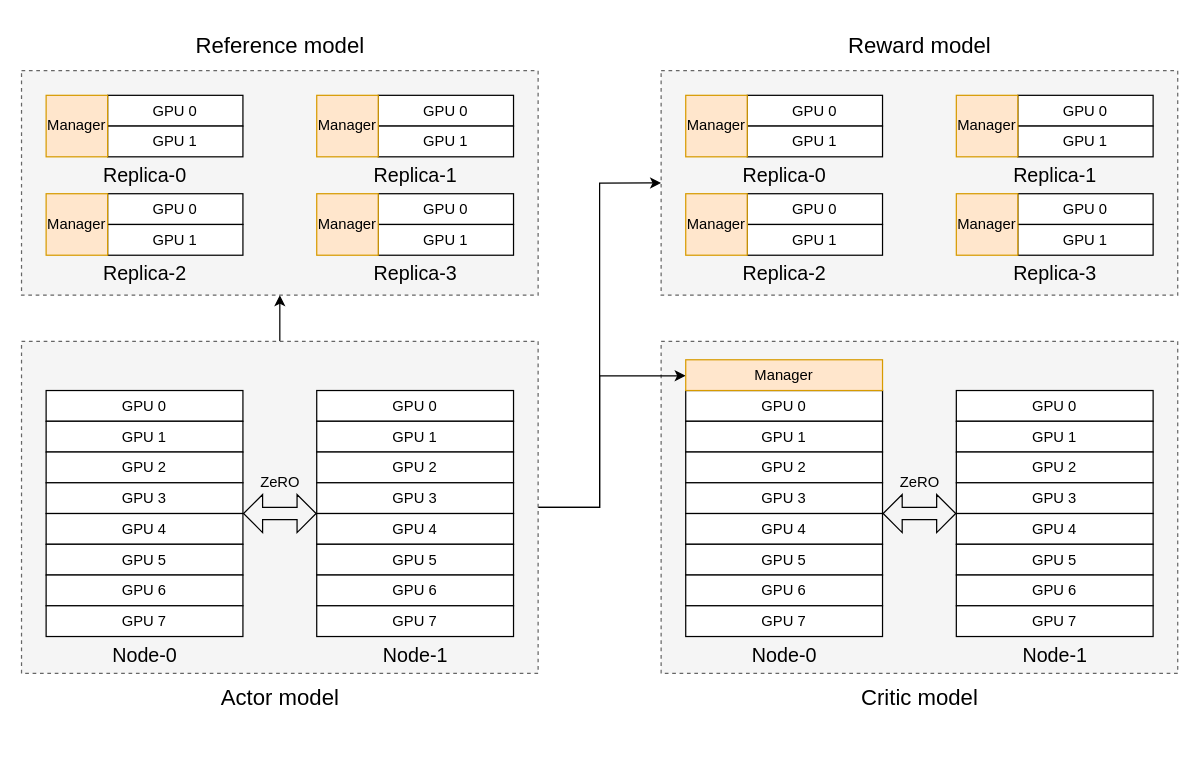
This is RLHF-DP.drawio from wuxibin89/drawio, a draw.io file, before an edit. Source tidied: cells renumbered, new cells numbered last; positions are measured from the earlier drawing's top-left corner, leaving out a move shared by most shapes. Both pictures are drawn from the tidied source at 123%, with x=0, y=0 at pixel (21, 21).
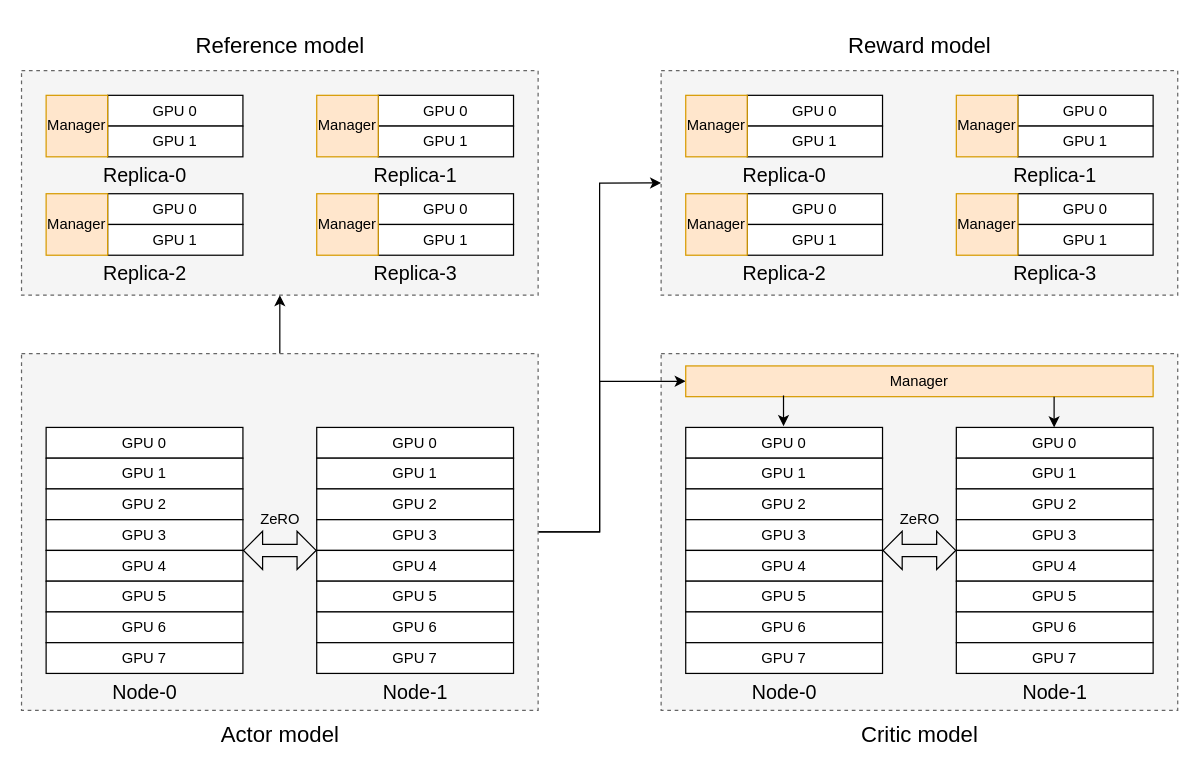
The same diagram, later.

The change refers to these unchanged cells:
```xml
<mxCell id="23" value="GPU 4" style="rounded=0;whiteSpace=wrap;html=1;" parent="18" vertex="1">
  <mxGeometry y="100" width="160" height="25" as="geometry" />
</mxCell>
<mxCell id="50" value="GPU 4" style="rounded=0;whiteSpace=wrap;html=1;" parent="45" vertex="1">
  <mxGeometry y="100" width="160" height="25" as="geometry" />
</mxCell>
```

Change to the diagram source:
```diff
@@
     <mxCell id="4" style="rounded=0;whiteSpace=wrap;html=1;fillColor=#f5f5f5;dashed=1;fontColor=#333333;strokeColor=#666666;" parent="1" vertex="1">
-      <mxGeometry x="520" y="260" width="420" height="270" as="geometry" />
+      <mxGeometry x="520" y="270" width="420" height="290" as="geometry" />
     </mxCell>
-    <mxCell id="5" style="edgeStyle=orthogonalEdgeStyle;rounded=0;jettySize=auto;html=1;exitX=1;exitY=0.5;exitDx=0;exitDy=0;" parent="1" edge="1" source="8" target="89">
-      <mxGeometry relative="1" as="geometry">
-        <Array as="points">
-          <mxPoint x="470" y="395" />
-          <mxPoint x="470" y="288" />
-        </Array>
-      </mxGeometry>
-    </mxCell>
@@
+    <mxCell id="5" style="edgeStyle=orthogonalEdgeStyle;rounded=0;jettySize=auto;html=1;exitX=1;exitY=0.5;exitDx=0;exitDy=0;entryX=0;entryY=0.5;entryDx=0;entryDy=0;" parent="1" edge="1" source="8" target="89">
+      <mxGeometry relative="1" as="geometry">
+        <Array as="points">
+          <mxPoint x="470" y="415" />
+          <mxPoint x="470" y="293" />
+        </Array>
+      </mxGeometry>
+    </mxCell>
     <mxCell id="8" style="rounded=0;whiteSpace=wrap;html=1;fillColor=#f5f5f5;dashed=1;fontColor=#333333;strokeColor=#666666;" parent="1" vertex="1">
-      <mxGeometry y="260" width="420" height="270" as="geometry" />
+      <mxGeometry y="270" width="420" height="290" as="geometry" />
     </mxCell>
     <mxCell id="9" style="group;" parent="1" vertex="1">
-      <mxGeometry x="20" y="300" width="160" height="200" as="geometry" />
+      <mxGeometry x="20" y="330" width="160" height="200" as="geometry" />
     </mxCell>
@@
     <mxCell id="18" style="group;" parent="1" vertex="1">
-      <mxGeometry x="240" y="300" width="160" height="200" as="geometry" />
+      <mxGeometry x="240" y="330" width="160" height="200" as="geometry" />
     </mxCell>
@@
     <mxCell id="27" value="Node-0" style="text;html=1;align=center;verticalAlign=middle;strokeColor=none;fillColor=none;fontSize=16;" parent="1" vertex="1">
-      <mxGeometry x="60" y="500" width="80" height="30" as="geometry" />
+      <mxGeometry x="60" y="530" width="80" height="30" as="geometry" />
     </mxCell>
     <mxCell id="28" value="Node-1" style="text;html=1;align=center;verticalAlign=middle;strokeColor=none;fillColor=none;fontSize=16;" parent="1" vertex="1">
-      <mxGeometry x="280" y="500" width="80" height="30" as="geometry" />
+      <mxGeometry x="280" y="530" width="80" height="30" as="geometry" />
     </mxCell>
     <mxCell id="29" style="shape=flexArrow;endArrow=classic;startArrow=classic;html=1;rounded=0;exitX=0;exitY=0;exitDx=0;exitDy=0;width=10;endSize=4.83;startSize=4.83;" parent="1" edge="1" source="23">
       <mxGeometry relative="1" as="geometry">
-        <mxPoint x="180" y="400" as="targetPoint" />
+        <mxPoint x="180" y="430" as="targetPoint" />
       </mxGeometry>
     </mxCell>
     <mxCell id="30" value="ZeRO" style="text;html=1;align=center;verticalAlign=middle;strokeColor=none;fillColor=none;" parent="1" vertex="1">
-      <mxGeometry x="180" y="360" width="60" height="30" as="geometry" />
+      <mxGeometry x="180" y="390" width="60" height="30" as="geometry" />
     </mxCell>
     <mxCell id="31" value="&lt;font style=&quot;font-size: 18px;&quot;&gt;Actor model&lt;/font&gt;" style="text;html=1;align=center;verticalAlign=middle;strokeColor=none;fillColor=none;" parent="1" vertex="1">
-      <mxGeometry x="150" y="530" width="120" height="40" as="geometry" />
+      <mxGeometry x="150" y="560" width="120" height="40" as="geometry" />
     </mxCell>
@@
     <mxCell id="36" style="group;" parent="1" vertex="1">
-      <mxGeometry x="540" y="300" width="160" height="200" as="geometry" />
+      <mxGeometry x="540" y="330" width="160" height="200" as="geometry" />
     </mxCell>
@@
     <mxCell id="45" style="group;" parent="1" vertex="1">
-      <mxGeometry x="760" y="300" width="160" height="200" as="geometry" />
+      <mxGeometry x="760" y="330" width="160" height="200" as="geometry" />
     </mxCell>
@@
     <mxCell id="54" value="Node-0" style="text;html=1;align=center;verticalAlign=middle;strokeColor=none;fillColor=none;fontSize=16;" parent="1" vertex="1">
-      <mxGeometry x="580" y="500" width="80" height="30" as="geometry" />
+      <mxGeometry x="580" y="530" width="80" height="30" as="geometry" />
     </mxCell>
     <mxCell id="55" value="Node-1" style="text;html=1;align=center;verticalAlign=middle;strokeColor=none;fillColor=none;fontSize=16;" parent="1" vertex="1">
-      <mxGeometry x="800" y="500" width="80" height="30" as="geometry" />
+      <mxGeometry x="800" y="530" width="80" height="30" as="geometry" />
     </mxCell>
     <mxCell id="56" style="shape=flexArrow;endArrow=classic;startArrow=classic;html=1;rounded=0;exitX=0;exitY=0;exitDx=0;exitDy=0;width=10;endSize=4.83;startSize=4.83;" parent="1" edge="1" source="50">
       <mxGeometry relative="1" as="geometry">
-        <mxPoint x="700" y="400" as="targetPoint" />
+        <mxPoint x="700" y="430" as="targetPoint" />
       </mxGeometry>
     </mxCell>
     <mxCell id="57" value="ZeRO" style="text;html=1;align=center;verticalAlign=middle;strokeColor=none;fillColor=none;" parent="1" vertex="1">
-      <mxGeometry x="700" y="360" width="60" height="30" as="geometry" />
+      <mxGeometry x="700" y="390" width="60" height="30" as="geometry" />
     </mxCell>
     <mxCell id="58" value="&lt;font style=&quot;font-size: 18px;&quot;&gt;Critic model&lt;/font&gt;" style="text;html=1;align=center;verticalAlign=middle;strokeColor=none;fillColor=none;" parent="1" vertex="1">
-      <mxGeometry x="670" y="530" width="120" height="40" as="geometry" />
+      <mxGeometry x="670" y="560" width="120" height="40" as="geometry" />
     </mxCell>
@@
     <mxCell id="89" value="Manager" style="rounded=0;whiteSpace=wrap;html=1;fillColor=#ffe6cc;strokeColor=#d79b00;" parent="1" vertex="1">
-      <mxGeometry x="540" y="275" width="160" height="25" as="geometry" />
+      <mxGeometry x="540" y="280" width="380" height="25" as="geometry" />
     </mxCell>
+    <mxCell id="90" style="endArrow=classic;html=1;rounded=0;" parent="1" edge="1">
+      <mxGeometry relative="1" as="geometry">
+        <mxPoint x="839.5" y="305" as="sourcePoint" />
+        <mxPoint x="839.5" y="330" as="targetPoint" />
+      </mxGeometry>
+    </mxCell>
+    <mxCell id="91" style="endArrow=classic;html=1;rounded=0;" parent="1" edge="1">
+      <mxGeometry relative="1" as="geometry">
+        <mxPoint x="619.5" y="304" as="sourcePoint" />
+        <mxPoint x="619.5" y="329" as="targetPoint" />
+      </mxGeometry>
+    </mxCell>
```
